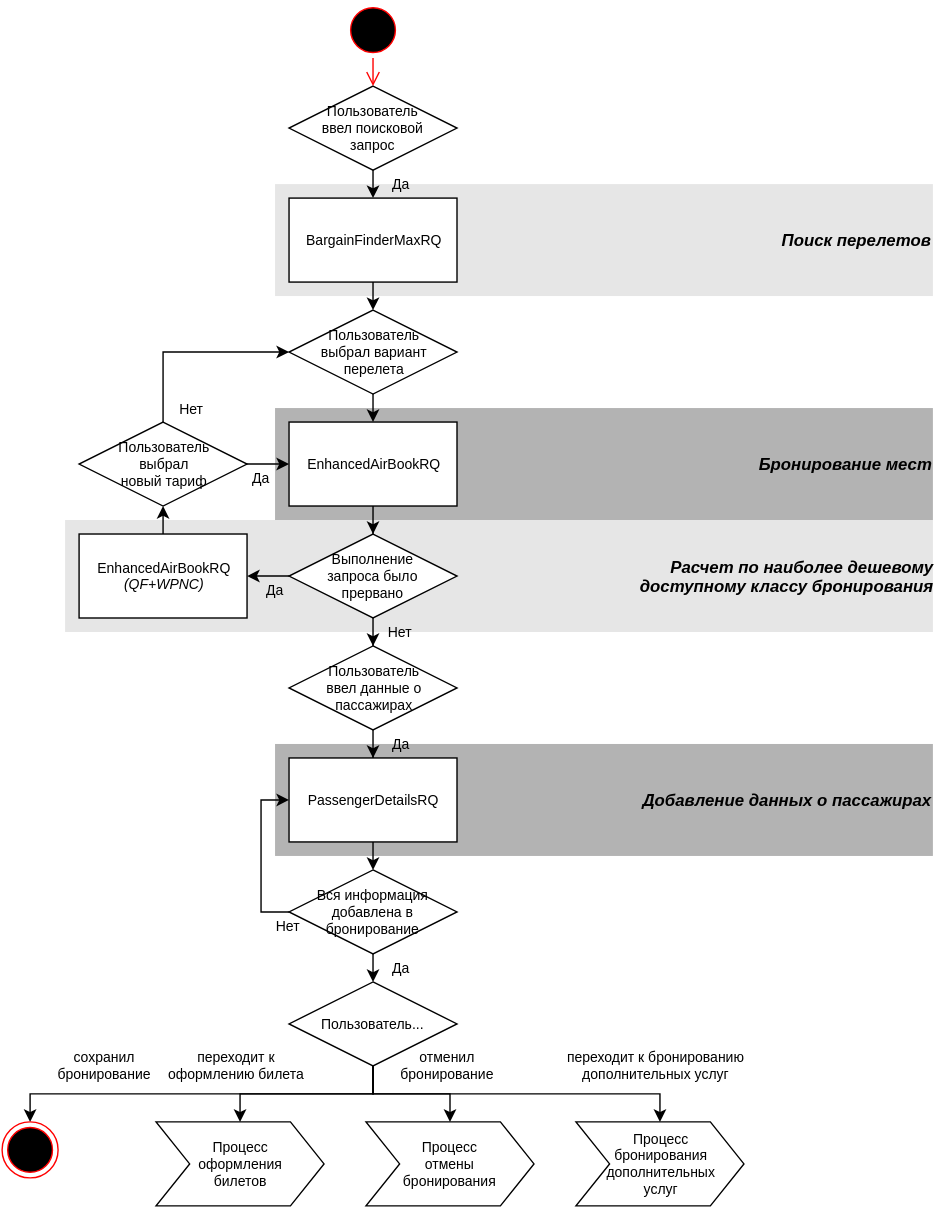
Above: assets/svg/Search&Create Booking/[RU]Search&Create Booking[NoWPA]-1.svg in andreypolyak/sabre-apis-ru (draw.io), before the change. Source tidied: cells renumbered, new cells last; positions are measured from the earlier drawing's top-left corner, leaving out a move shared by most shapes.
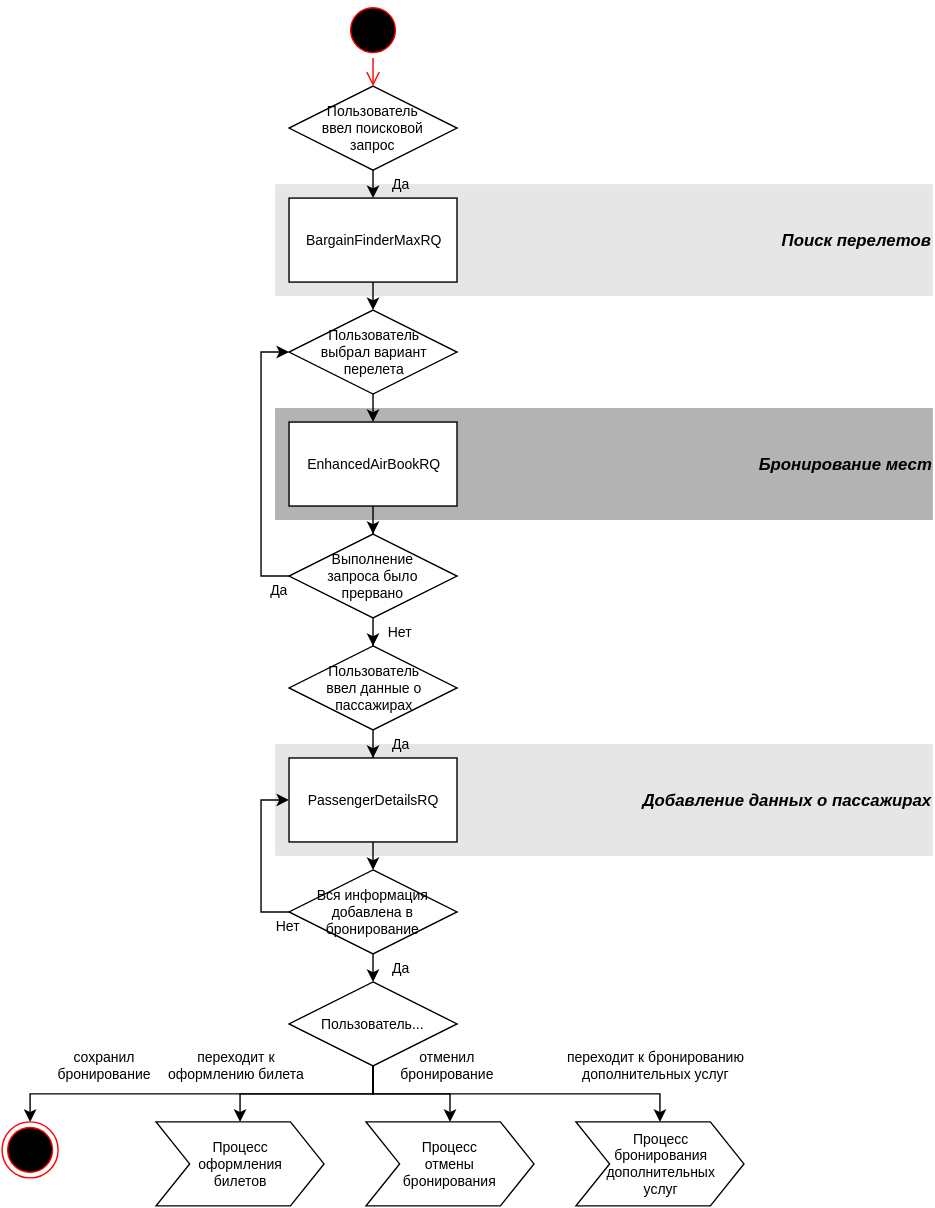
After the change.

Diff of the diagram source:
```diff
@@ -2,12 +2,9 @@
   <root>
     <mxCell id="0" />
     <mxCell id="1" parent="0" />
-    <mxCell id="2" value="&lt;div style=&quot;text-align: right&quot;&gt;&lt;i style=&quot;font-size: 12px ; line-height: 1.2&quot;&gt;&lt;b&gt;Добавление данных о пассажирах&lt;/b&gt;&lt;/i&gt;&lt;/div&gt;" style="whiteSpace=wrap;html=1;fillColor=#B3B3B3;fontSize=10;strokeColor=none;align=right;" parent="1" vertex="1">
+    <mxCell id="2" value="&lt;div style=&quot;text-align: right&quot;&gt;&lt;i style=&quot;font-size: 12px ; line-height: 1.2&quot;&gt;&lt;b&gt;Добавление данных о пассажирах&lt;/b&gt;&lt;/i&gt;&lt;/div&gt;" style="whiteSpace=wrap;html=1;fillColor=#E6E6E6;fontSize=10;strokeColor=none;align=right;" parent="1" vertex="1">
       <mxGeometry x="195" y="530" width="470" height="80" as="geometry" />
     </mxCell>
-    <mxCell id="3" value="&lt;div style=&quot;text-align: right&quot;&gt;&lt;span style=&quot;line-height: 1.2&quot;&gt;&lt;font style=&quot;font-size: 12px&quot;&gt;&lt;i&gt;&lt;b&gt;Расчет по наиболее дешевому&lt;/b&gt;&lt;/i&gt;&lt;/font&gt;&lt;/span&gt;&lt;/div&gt;&lt;div style=&quot;text-align: right&quot;&gt;&lt;span style=&quot;line-height: 1.2&quot;&gt;&lt;font style=&quot;font-size: 12px&quot;&gt;&lt;i&gt;&lt;b&gt;доступному классу бронирования&lt;/b&gt;&lt;/i&gt;&lt;/font&gt;&lt;/span&gt;&lt;/div&gt;" style="whiteSpace=wrap;html=1;fillColor=#E6E6E6;fontSize=10;strokeColor=none;align=right;" parent="1" vertex="1">
-      <mxGeometry x="45" y="370" width="620" height="80" as="geometry" />
-    </mxCell>
     <mxCell id="4" value="&lt;div style=&quot;text-align: right&quot;&gt;&lt;span style=&quot;line-height: 1.2&quot;&gt;&lt;font style=&quot;font-size: 12px&quot;&gt;&lt;b&gt;&lt;i&gt;Бронирование мест&lt;/i&gt;&lt;/b&gt;&lt;/font&gt;&lt;/span&gt;&lt;/div&gt;" style="whiteSpace=wrap;html=1;fillColor=#B3B3B3;fontSize=10;strokeColor=none;align=right;gradientColor=none;" parent="1" vertex="1">
       <mxGeometry x="195" y="290" width="470" height="80" as="geometry" />
     </mxCell>
@@ -37,7 +34,7 @@
     <mxCell id="12" style="edgeStyle=orthogonalEdgeStyle;rounded=0;html=1;exitX=0.5;exitY=1;entryX=0.5;entryY=0;jettySize=auto;fontSize=10;" parent="1" edge="1" source="13" target="9">
       <mxGeometry relative="1" as="geometry" />
     </mxCell>
-    <mxCell id="13" value="Пользователь&lt;div&gt;&lt;span&gt;выбрал&amp;nbsp;&lt;/span&gt;&lt;span style=&quot;line-height: 1.2&quot;&gt;вариант&lt;/span&gt;&lt;div&gt;перелета&lt;/div&gt;&lt;/div&gt;" style="rhombus;whiteSpace=wrap;html=1;rounded=0;fontSize=10;" parent="1" vertex="1">
+    <mxCell id="13" value="Пользователь&lt;div&gt;&lt;span&gt;выбрал&amp;nbsp;&lt;/span&gt;&lt;span style=&quot;line-height: 1.2&quot;&gt;вариант&lt;/span&gt;&lt;/div&gt;&lt;div&gt;&lt;span style=&quot;line-height: 1.2&quot;&gt;перелета&lt;/span&gt;&lt;/div&gt;" style="rhombus;whiteSpace=wrap;html=1;rounded=0;fontSize=10;" parent="1" vertex="1">
       <mxGeometry x="205" y="220" width="120" height="60" as="geometry" />
     </mxCell>
     <mxCell id="14" value="Да" style="edgeStyle=orthogonalEdgeStyle;rounded=0;html=1;jettySize=auto;fontSize=10;exitX=0.5;exitY=1;labelBackgroundColor=none;" parent="1" edge="1" source="15" target="10">
@@ -46,45 +43,30 @@
     <mxCell id="15" value="Пользователь&lt;div&gt;ввел&amp;nbsp;&lt;span style=&quot;line-height: 1.2&quot;&gt;данные&amp;nbsp;&lt;/span&gt;&lt;span style=&quot;line-height: 1.2&quot;&gt;о&lt;/span&gt;&lt;/div&gt;&lt;div&gt;&lt;span style=&quot;line-height: 1.2&quot;&gt;пассажирах&lt;/span&gt;&lt;/div&gt;" style="rhombus;whiteSpace=wrap;html=1;rounded=0;fontSize=10;" parent="1" vertex="1">
       <mxGeometry x="205" y="460" width="120" height="60" as="geometry" />
     </mxCell>
-    <mxCell id="16" value="Нет" style="edgeStyle=orthogonalEdgeStyle;rounded=0;html=1;jettySize=auto;fontSize=10;exitX=0.5;exitY=1;labelBackgroundColor=none;" parent="1" edge="1" source="19" target="15">
+    <mxCell id="16" value="Нет" style="edgeStyle=orthogonalEdgeStyle;rounded=0;html=1;jettySize=auto;fontSize=10;exitX=0.5;exitY=1;" parent="1" edge="1" source="19" target="15">
       <mxGeometry x="0.67" y="20" relative="1" as="geometry" />
     </mxCell>
     <mxCell id="17" value="Пользователь&lt;div&gt;ввел&amp;nbsp;&lt;span style=&quot;line-height: 1.2&quot;&gt;поисковой&lt;/span&gt;&lt;/div&gt;&lt;div&gt;&lt;span style=&quot;line-height: 1.2&quot;&gt;запрос&lt;/span&gt;&lt;/div&gt;" style="rhombus;whiteSpace=wrap;html=1;rounded=0;fontSize=10;" parent="1" vertex="1">
       <mxGeometry x="205" y="60" width="120" height="60" as="geometry" />
     </mxCell>
-    <mxCell id="18" value="Да" style="edgeStyle=orthogonalEdgeStyle;rounded=0;html=1;exitX=0;exitY=0.5;jettySize=auto;fontSize=10;labelBackgroundColor=none;" parent="1" edge="1" source="19" target="21">
-      <mxGeometry x="0.2" y="10" relative="1" as="geometry" />
+    <mxCell id="18" value="Да" style="edgeStyle=orthogonalEdgeStyle;rounded=0;html=1;exitX=0;exitY=0.5;jettySize=auto;fontSize=10;entryX=0;entryY=0.5;" parent="1" edge="1" source="19" target="13">
+      <mxGeometry x="-0.93" y="10" relative="1" as="geometry">
+        <Array as="points">
+          <mxPoint x="185" y="410" />
+          <mxPoint x="185" y="250" />
+        </Array>
+      </mxGeometry>
     </mxCell>
     <mxCell id="19" value="Выполнение&lt;div&gt;запроса было&lt;/div&gt;&lt;div&gt;прервано&lt;/div&gt;" style="rhombus;whiteSpace=wrap;html=1;rounded=0;fontSize=10;" parent="1" vertex="1">
       <mxGeometry x="205" y="380" width="120" height="60" as="geometry" />
     </mxCell>
-    <mxCell id="20" style="edgeStyle=orthogonalEdgeStyle;rounded=0;html=1;exitX=0.5;exitY=0;entryX=0.5;entryY=1;jettySize=auto;fontSize=10;" parent="1" edge="1" source="21" target="25">
-      <mxGeometry relative="1" as="geometry" />
-    </mxCell>
-    <mxCell id="21" value="EnhancedAirBookRQ&lt;div&gt;&lt;i&gt;(QF+WPNC)&lt;/i&gt;&lt;/div&gt;" style="whiteSpace=wrap;html=1;rounded=0;fontSize=10;" parent="1" vertex="1">
-      <mxGeometry x="55" y="380" width="120" height="60" as="geometry" />
-    </mxCell>
-    <mxCell id="22" value="Да" style="edgeStyle=orthogonalEdgeStyle;rounded=0;html=1;exitX=1;exitY=0.5;entryX=0;entryY=0.5;jettySize=auto;fontSize=10;labelBackgroundColor=none;" parent="1" edge="1" source="25" target="9">
-      <mxGeometry x="-0.33" y="-10" relative="1" as="geometry" />
-    </mxCell>
-    <mxCell id="23" style="edgeStyle=orthogonalEdgeStyle;rounded=0;html=1;exitX=0.5;exitY=0;entryX=0;entryY=0.5;jettySize=auto;fontSize=10;" parent="1" edge="1" source="25" target="13">
-      <mxGeometry relative="1" as="geometry" />
-    </mxCell>
-    <mxCell id="24" value="Нет" style="text;html=1;align=center;verticalAlign=middle;labelBackgroundColor=#ffffff;fontSize=10;" parent="23" vertex="1">
-      <mxGeometry x="-0.88" y="-1" relative="1" as="geometry">
-        <mxPoint x="19" y="-2" as="offset" />
-      </mxGeometry>
-    </mxCell>
-    <mxCell id="25" value="Пользователь&lt;div&gt;выбрал&lt;div&gt;новый тариф&lt;/div&gt;&lt;/div&gt;" style="rhombus;whiteSpace=wrap;html=1;rounded=0;fontSize=10;" parent="1" vertex="1">
-      <mxGeometry x="55" y="300" width="120" height="60" as="geometry" />
-    </mxCell>
     <mxCell id="26" style="ellipse;html=1;shape=startState;fillColor=#000000;strokeColor=#ff0000;rounded=0;fontSize=10;align=center;" parent="1" vertex="1">
       <mxGeometry x="245" width="40" height="40" as="geometry" />
     </mxCell>
     <mxCell id="27" style="edgeStyle=orthogonalEdgeStyle;html=1;verticalAlign=bottom;endArrow=open;endSize=8;strokeColor=#ff0000;fontSize=10;" parent="1" edge="1" source="26" target="17">
       <mxGeometry relative="1" as="geometry" />
     </mxCell>
-    <mxCell id="28" value="отменил&lt;div&gt;бронирование&lt;/div&gt;" style="edgeStyle=orthogonalEdgeStyle;rounded=0;html=1;jettySize=auto;fontSize=10;entryX=0.5;entryY=0;exitX=0.5;exitY=1;" parent="1" edge="1" source="31">
+    <mxCell id="28" value="отменил&lt;div&gt;бронирование&lt;/div&gt;" style="edgeStyle=orthogonalEdgeStyle;rounded=0;html=1;jettySize=auto;fontSize=10;entryX=0.5;entryY=0;exitX=0.5;exitY=1;" parent="1" edge="1" source="22">
       <mxGeometry y="80" as="geometry">
         <mxPoint x="320" y="800" as="targetPoint" />
         <Array as="points">
@@ -94,7 +76,7 @@
         <mxPoint x="28" y="-20" as="offset" />
       </mxGeometry>
     </mxCell>
-    <mxCell id="29" value="сохранил&lt;div&gt;бронирование&lt;/div&gt;" style="edgeStyle=orthogonalEdgeStyle;rounded=0;html=1;exitX=0.5;exitY=1;jettySize=auto;fontSize=10;entryX=0.5;entryY=0;entryPerimeter=0;" parent="1" edge="1" source="31">
+    <mxCell id="29" value="сохранил&lt;div&gt;бронирование&lt;/div&gt;" style="edgeStyle=orthogonalEdgeStyle;rounded=0;html=1;exitX=0.5;exitY=1;jettySize=auto;fontSize=10;entryX=0.5;entryY=0;entryPerimeter=0;" parent="1" edge="1" source="22">
       <mxGeometry y="80" as="geometry">
         <mxPoint x="20" y="800" as="targetPoint" />
         <Array as="points">
@@ -104,7 +86,7 @@
         <mxPoint x="-67" y="-20" as="offset" />
       </mxGeometry>
     </mxCell>
-    <mxCell id="30" value="переходит к бронированию&lt;div&gt;дополнительных услуг&lt;/div&gt;" style="edgeStyle=orthogonalEdgeStyle;rounded=0;html=1;exitX=0.5;exitY=1;jettySize=auto;fontSize=10;" parent="1" edge="1" source="31" target="36">
+    <mxCell id="30" value="переходит к бронированию&lt;div&gt;дополнительных услуг&lt;/div&gt;" style="edgeStyle=orthogonalEdgeStyle;rounded=0;html=1;exitX=0.5;exitY=1;jettySize=auto;fontSize=10;" parent="1" edge="1" source="22" target="36">
       <mxGeometry y="80" as="geometry">
         <Array as="points">
           <mxPoint x="265" y="780" />
@@ -113,19 +95,19 @@
         <mxPoint x="103" y="-20" as="offset" />
       </mxGeometry>
     </mxCell>
-    <mxCell id="31" value="Пользователь..." style="rhombus;whiteSpace=wrap;html=1;rounded=0;fontSize=10;" parent="1" vertex="1">
-      <mxGeometry x="205" y="700" width="120" height="60" as="geometry" />
-    </mxCell>
-    <mxCell id="32" value="&lt;div style=&quot;text-align: center&quot;&gt;Процесс&lt;/div&gt;&lt;div style=&quot;text-align: center&quot;&gt;оформления&lt;/div&gt;&lt;div style=&quot;text-align: center&quot;&gt;билетов&lt;/div&gt;" style="shape=step;whiteSpace=wrap;html=1;rounded=0;fontSize=10;align=center;" parent="1" vertex="1">
-      <mxGeometry x="110" y="800" width="120" height="60" as="geometry" />
-    </mxCell>
-    <mxCell id="33" value="&lt;div style=&quot;text-align: center&quot;&gt;Процесс&lt;/div&gt;&lt;div style=&quot;text-align: center&quot;&gt;отмены&lt;/div&gt;&lt;div style=&quot;text-align: center&quot;&gt;бронирования&lt;/div&gt;" style="shape=step;whiteSpace=wrap;html=1;rounded=0;fontSize=10;align=center;" parent="1" vertex="1">
-      <mxGeometry x="260" y="800" width="120" height="60" as="geometry" />
-    </mxCell>
-    <mxCell id="34" style="ellipse;html=1;shape=endState;fillColor=#000000;strokeColor=#ff0000;rounded=0;fontSize=10;align=center;" parent="1" vertex="1">
-      <mxGeometry y="800" width="40" height="40" as="geometry" />
-    </mxCell>
+    <mxCell id="22" value="Пользователь..." style="rhombus;whiteSpace=wrap;html=1;rounded=0;fontSize=10;" parent="1" vertex="1">
+      <mxGeometry x="205" y="700" width="120" height="60" as="geometry" />
+    </mxCell>
+    <mxCell id="20" value="&lt;div style=&quot;text-align: center&quot;&gt;Процесс&lt;/div&gt;&lt;div style=&quot;text-align: center&quot;&gt;оформления&lt;/div&gt;&lt;div style=&quot;text-align: center&quot;&gt;билетов&lt;/div&gt;" style="shape=step;whiteSpace=wrap;html=1;rounded=0;fontSize=10;align=center;" parent="1" vertex="1">
+      <mxGeometry x="110" y="800" width="120" height="60" as="geometry" />
+    </mxCell>
+    <mxCell id="23" value="&lt;div style=&quot;text-align: center&quot;&gt;Процесс&lt;/div&gt;&lt;div style=&quot;text-align: center&quot;&gt;отмены&lt;/div&gt;&lt;div style=&quot;text-align: center&quot;&gt;бронирования&lt;/div&gt;" style="shape=step;whiteSpace=wrap;html=1;rounded=0;fontSize=10;align=center;" parent="1" vertex="1">
+      <mxGeometry x="260" y="800" width="120" height="60" as="geometry" />
+    </mxCell>
+    <mxCell id="24" style="ellipse;html=1;shape=endState;fillColor=#000000;strokeColor=#ff0000;rounded=0;fontSize=10;align=center;" parent="1" vertex="1">
+      <mxGeometry y="800" width="40" height="40" as="geometry" />
+    </mxCell>
-    <mxCell id="35" value="переходит к&lt;div&gt;&lt;span style=&quot;line-height: 1.2&quot;&gt;оформлению билета&lt;/span&gt;&lt;/div&gt;" style="edgeStyle=orthogonalEdgeStyle;rounded=0;html=1;exitX=0.5;exitY=1;entryX=0.5;entryY=0;jettySize=auto;fontSize=10;" parent="1" edge="1" source="31">
+    <mxCell id="35" value="переходит к&lt;div&gt;&lt;span style=&quot;line-height: 1.2&quot;&gt;оформлению билета&lt;/span&gt;&lt;/div&gt;" style="edgeStyle=orthogonalEdgeStyle;rounded=0;html=1;exitX=0.5;exitY=1;entryX=0.5;entryY=0;jettySize=auto;fontSize=10;" parent="1" edge="1" source="22">
       <mxGeometry y="80" as="geometry">
         <mxPoint x="170" y="800" as="targetPoint" />
         <Array as="points">
@@ -145,11 +127,11 @@
         <mxPoint x="20" as="offset" />
       </mxGeometry>
     </mxCell>
-    <mxCell id="38" style="edgeStyle=orthogonalEdgeStyle;rounded=0;html=1;exitX=0.5;exitY=1;entryX=0.5;entryY=0;labelBackgroundColor=none;jettySize=auto;fontSize=10;" parent="1" edge="1" target="40">
-      <mxGeometry x="360" y="720" as="geometry">
-        <mxPoint x="265" y="600" as="sourcePoint" />
-      </mxGeometry>
-    </mxCell>
+    <mxCell id="41" style="edgeStyle=orthogonalEdgeStyle;rounded=0;html=1;exitX=0.5;exitY=1;entryX=0.5;entryY=0;labelBackgroundColor=none;jettySize=auto;fontSize=10;" parent="1" edge="1" target="40">
+      <mxGeometry x="360" y="720" as="geometry">
+        <mxPoint x="265" y="600" as="sourcePoint" />
+      </mxGeometry>
+    </mxCell>
     <mxCell id="39" value="Нет" style="edgeStyle=orthogonalEdgeStyle;rounded=0;html=1;exitX=0;exitY=0.5;entryX=0;entryY=0.5;labelBackgroundColor=none;jettySize=auto;fontSize=10;" parent="1" edge="1" source="40">
       <mxGeometry as="geometry">
         <mxPoint x="205" y="570" as="targetPoint" />
```
